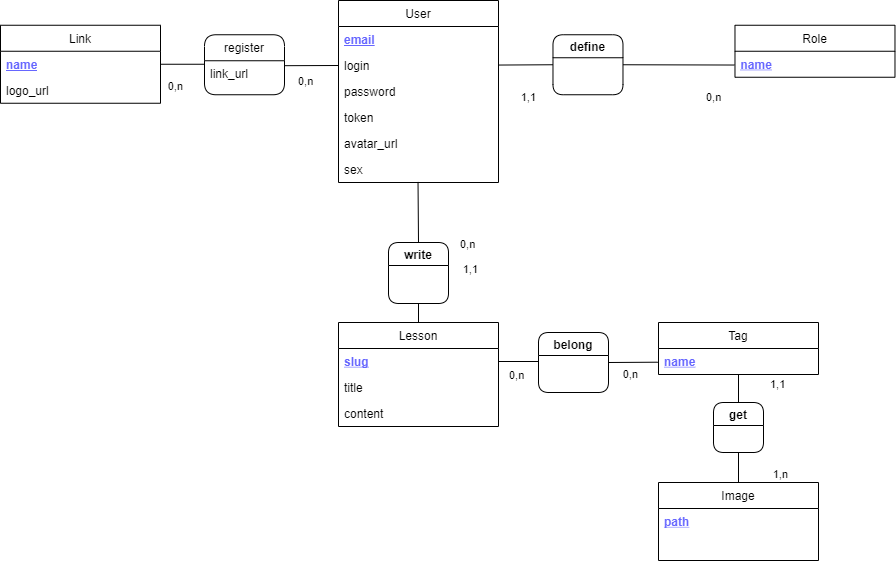
The draw.io diagram data/MCD.drawio.png in aviateur22/mylesson_v2_back, before a commit. Source tidied: cells renumbered, new cells last; positions are measured from the earlier drawing's top-left corner, leaving out a move shared by most shapes.
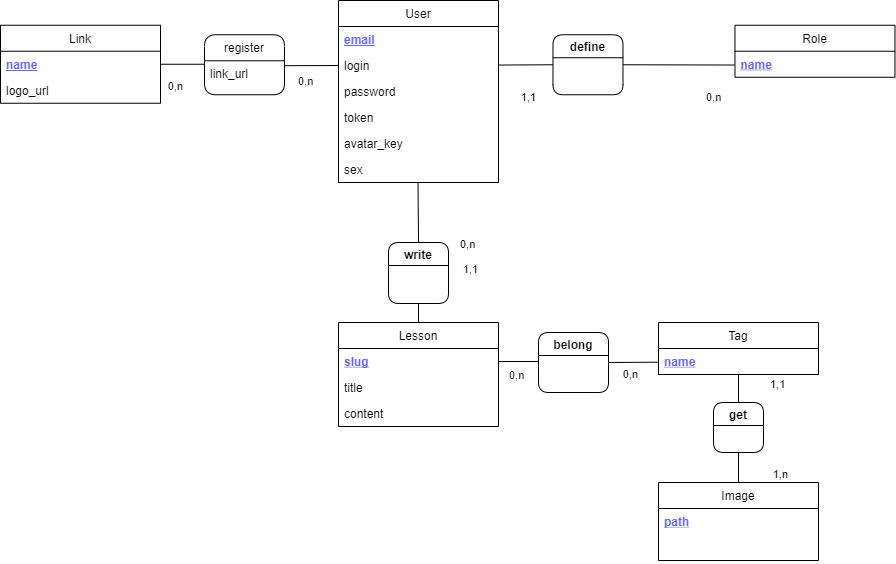
The same diagram one commit later.

Diff of the diagram source:
```diff
@@ -17,7 +17,7 @@
     <mxCell id="6" value="token" style="text;strokeColor=none;fillColor=none;align=left;verticalAlign=top;spacingLeft=4;spacingRight=4;overflow=hidden;" parent="2" vertex="1">
       <mxGeometry y="104" width="160" height="26" as="geometry" />
     </mxCell>
-    <mxCell id="7" value="avatar_url" style="text;strokeColor=none;fillColor=none;align=left;verticalAlign=top;spacingLeft=4;spacingRight=4;overflow=hidden;" parent="2" vertex="1">
+    <mxCell id="7" value="avatar_key" style="text;strokeColor=none;fillColor=none;align=left;verticalAlign=top;spacingLeft=4;spacingRight=4;overflow=hidden;" parent="2" vertex="1">
       <mxGeometry y="130" width="160" height="26" as="geometry" />
     </mxCell>
     <mxCell id="8" value="sex" style="text;strokeColor=none;fillColor=none;align=left;verticalAlign=top;spacingLeft=4;spacingRight=4;overflow=hidden;points=[[0,0.5],[1,0.5]];portConstraint=eastwest;" parent="2" vertex="1">
```
